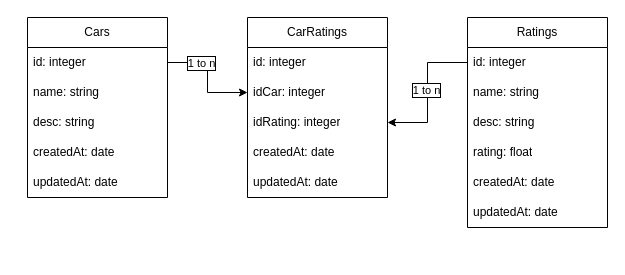
This is Berijalan.drawio from wicahma/Database-Design, a draw.io file, before an edit. Source tidied: cells renumbered, new cells numbered last; positions are measured from the earlier drawing's top-left corner, leaving out a move shared by most shapes. Both pictures are drawn from the tidied source at 100%, with x=0, y=0 at pixel (27, 17).
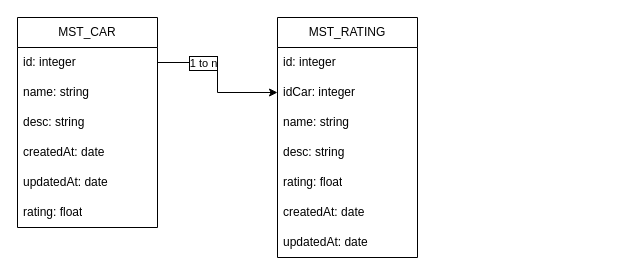
Above is the later version.

The change refers to these unchanged cells:
```xml
<mxCell id="3" value="id: integer" style="text;strokeColor=none;fillColor=none;align=left;verticalAlign=middle;spacingLeft=4;spacingRight=4;overflow=hidden;points=[[0,0.5],[1,0.5]];portConstraint=eastwest;whiteSpace=wrap;html=1;" parent="2" vertex="1">
  <mxGeometry y="30" width="140" height="30" as="geometry" />
</mxCell>
<mxCell id="9" value="id: integer" style="text;strokeColor=none;fillColor=none;align=left;verticalAlign=middle;spacingLeft=4;spacingRight=4;overflow=hidden;points=[[0,0.5],[1,0.5]];portConstraint=eastwest;whiteSpace=wrap;html=1;" parent="8" vertex="1">
  <mxGeometry y="30" width="140" height="30" as="geometry" />
</mxCell>
```

Diff of the diagram source:
```diff
@@
-    <mxCell id="2" value="Cars" style="swimlane;fontStyle=0;horizontal=1;startSize=30;whiteSpace=wrap;html=1;" parent="1" vertex="1">
-      <mxGeometry width="140" height="180" as="geometry" />
+    <mxCell id="2" value="MST_CAR" style="swimlane;fontStyle=0;horizontal=1;startSize=30;whiteSpace=wrap;html=1;" parent="1" vertex="1">
+      <mxGeometry x="-10" width="140" height="210" as="geometry" />
     </mxCell>
@@
+    <mxCell id="25" value="rating: float" style="text;strokeColor=none;fillColor=none;align=left;verticalAlign=middle;spacingLeft=4;spacingRight=4;overflow=hidden;whiteSpace=wrap;html=1;" parent="2" vertex="1">
+      <mxGeometry y="180" width="140" height="30" as="geometry" />
+    </mxCell>
-    <mxCell id="8" value="Ratings" style="swimlane;fontStyle=0;horizontal=1;startSize=30;whiteSpace=wrap;html=1;" parent="1" vertex="1">
-      <mxGeometry x="440" width="140" height="210" as="geometry" />
+    <mxCell id="8" value="MST_RATING" style="swimlane;fontStyle=0;horizontal=1;startSize=30;whiteSpace=wrap;html=1;" parent="1" vertex="1">
+      <mxGeometry x="250" width="140" height="240" as="geometry" />
     </mxCell>
@@
+    <mxCell id="17" value="idCar: integer" style="text;strokeColor=none;fillColor=none;align=left;verticalAlign=middle;spacingLeft=4;spacingRight=4;overflow=hidden;points=[[0,0.5],[1,0.5]];portConstraint=eastwest;whiteSpace=wrap;html=1;" parent="8" vertex="1">
+      <mxGeometry y="60" width="140" height="30" as="geometry" />
+    </mxCell>
     <mxCell id="10" value="name: string" style="text;strokeColor=none;fillColor=none;align=left;verticalAlign=middle;spacingLeft=4;spacingRight=4;overflow=hidden;whiteSpace=wrap;html=1;" parent="8" vertex="1">
-      <mxGeometry y="60" width="140" height="30" as="geometry" />
+      <mxGeometry y="90" width="140" height="30" as="geometry" />
     </mxCell>
     <mxCell id="11" value="desc: string" style="text;strokeColor=none;fillColor=none;align=left;verticalAlign=middle;spacingLeft=4;spacingRight=4;overflow=hidden;whiteSpace=wrap;html=1;" parent="8" vertex="1">
-      <mxGeometry y="90" width="140" height="30" as="geometry" />
+      <mxGeometry y="120" width="140" height="30" as="geometry" />
     </mxCell>
     <mxCell id="12" value="rating: float" style="text;strokeColor=none;fillColor=none;align=left;verticalAlign=middle;spacingLeft=4;spacingRight=4;overflow=hidden;whiteSpace=wrap;html=1;" parent="8" vertex="1">
-      <mxGeometry y="120" width="140" height="30" as="geometry" />
+      <mxGeometry y="150" width="140" height="30" as="geometry" />
     </mxCell>
     <mxCell id="13" value="createdAt: date" style="text;strokeColor=none;fillColor=none;align=left;verticalAlign=middle;spacingLeft=4;spacingRight=4;overflow=hidden;whiteSpace=wrap;html=1;" parent="8" vertex="1">
-      <mxGeometry y="150" width="140" height="30" as="geometry" />
+      <mxGeometry y="180" width="140" height="30" as="geometry" />
     </mxCell>
     <mxCell id="14" value="updatedAt: date" style="text;strokeColor=none;fillColor=none;align=left;verticalAlign=middle;spacingLeft=4;spacingRight=4;overflow=hidden;whiteSpace=wrap;html=1;" parent="8" vertex="1">
-      <mxGeometry y="180" width="140" height="30" as="geometry" />
+      <mxGeometry y="210" width="140" height="30" as="geometry" />
     </mxCell>
-    <mxCell id="15" value="CarRatings" style="swimlane;fontStyle=0;horizontal=1;startSize=30;whiteSpace=wrap;html=1;" parent="1" vertex="1">
-      <mxGeometry x="220" width="140" height="180" as="geometry" />
-    </mxCell>
-    <mxCell id="16" value="id: integer" style="text;strokeColor=none;fillColor=none;align=left;verticalAlign=middle;spacingLeft=4;spacingRight=4;overflow=hidden;whiteSpace=wrap;html=1;" parent="15" vertex="1">
-      <mxGeometry y="30" width="140" height="30" as="geometry" />
-    </mxCell>
-    <mxCell id="17" value="idCar: integer" style="text;strokeColor=none;fillColor=none;align=left;verticalAlign=middle;spacingLeft=4;spacingRight=4;overflow=hidden;points=[[0,0.5],[1,0.5]];portConstraint=eastwest;whiteSpace=wrap;html=1;" parent="15" vertex="1">
-      <mxGeometry y="60" width="140" height="30" as="geometry" />
-    </mxCell>
-    <mxCell id="18" value="idRating: integer" style="text;strokeColor=none;fillColor=none;align=left;verticalAlign=middle;spacingLeft=4;spacingRight=4;overflow=hidden;points=[[0,0.5],[1,0.5]];portConstraint=eastwest;whiteSpace=wrap;html=1;" parent="15" vertex="1">
-      <mxGeometry y="90" width="140" height="30" as="geometry" />
-    </mxCell>
-    <mxCell id="19" value="createdAt: date" style="text;strokeColor=none;fillColor=none;align=left;verticalAlign=middle;spacingLeft=4;spacingRight=4;overflow=hidden;whiteSpace=wrap;html=1;" parent="15" vertex="1">
-      <mxGeometry y="120" width="140" height="30" as="geometry" />
-    </mxCell>
-    <mxCell id="20" value="updatedAt: date" style="text;strokeColor=none;fillColor=none;align=left;verticalAlign=middle;spacingLeft=4;spacingRight=4;overflow=hidden;whiteSpace=wrap;html=1;" parent="15" vertex="1">
-      <mxGeometry y="150" width="140" height="30" as="geometry" />
-    </mxCell>
-    <mxCell id="21" style="edgeStyle=orthogonalEdgeStyle;rounded=0;jettySize=auto;html=1;exitX=1;exitY=0.5;exitDx=0;exitDy=0;" parent="1" edge="1" source="3" target="17">
+    <mxCell id="21" style="edgeStyle=orthogonalEdgeStyle;rounded=0;jettySize=auto;html=1;exitX=1;exitY=0.5;exitDx=0;exitDy=0;entryX=0;entryY=0.5;entryDx=0;entryDy=0;" parent="1" edge="1" source="3" target="17">
       <mxGeometry relative="1" as="geometry" />
     </mxCell>
@@
-    <mxCell id="23" style="edgeStyle=orthogonalEdgeStyle;rounded=0;jettySize=auto;html=1;exitX=0;exitY=0.5;exitDx=0;exitDy=0;entryX=1;entryY=0.5;entryDx=0;entryDy=0;" parent="1" edge="1" source="9" target="18">
-      <mxGeometry relative="1" as="geometry" />
-    </mxCell>
-    <mxCell id="24" value="1 to n" style="edgeLabel;html=1;align=center;verticalAlign=middle;labelBorderColor=default;" parent="23" vertex="1">
-      <mxGeometry x="-0.04" y="-2" relative="1" as="geometry" />
-    </mxCell>
```
